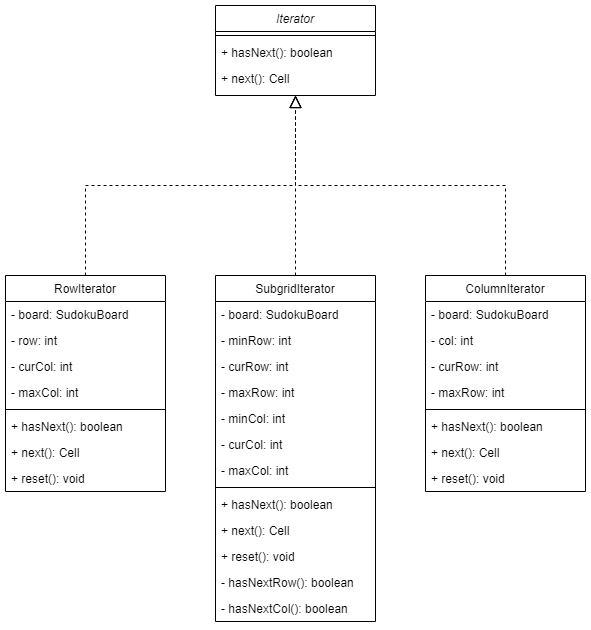
This is data/Iterator-UML.png from BrendanD7/Sudoku-DesignPatterns, a draw.io export, as it was before one commit. Source tidied: cells renumbered, new cells last; positions are measured from the earlier drawing's top-left corner, leaving out a move shared by most shapes. Source of this version:
```xml
<mxGraphModel>
  <root>
    <mxCell id="0" />
    <mxCell id="1" parent="0" />
    <mxCell id="2" value="Iterator" style="swimlane;fontStyle=2;align=center;verticalAlign=top;horizontal=1;startSize=26;rounded=0;shadow=0;strokeWidth=1;" parent="1" vertex="1">
      <mxGeometry x="210" width="160" height="90" as="geometry" />
    </mxCell>
    <mxCell id="3" style="line;html=1;strokeWidth=1;align=left;verticalAlign=middle;spacingTop=-1;spacingLeft=3;spacingRight=3;labelPosition=right;" parent="2" vertex="1">
      <mxGeometry y="26" width="160" height="8" as="geometry" />
    </mxCell>
    <mxCell id="4" value="+ hasNext(): boolean" style="text;align=left;verticalAlign=top;spacingLeft=4;spacingRight=4;overflow=hidden;" parent="2" vertex="1">
      <mxGeometry y="34" width="160" height="26" as="geometry" />
    </mxCell>
    <mxCell id="5" value="+ next(): Cell" style="text;align=left;verticalAlign=top;spacingLeft=4;spacingRight=4;overflow=hidden;" parent="2" vertex="1">
      <mxGeometry y="60" width="160" height="26" as="geometry" />
    </mxCell>
    <mxCell id="6" style="edgeStyle=elbowEdgeStyle;rounded=0;jettySize=auto;elbow=vertical;html=1;dashed=1;endArrow=block;endFill=0;endSize=10;" parent="1" edge="1" source="7" target="2">
      <mxGeometry relative="1" as="geometry" />
    </mxCell>
    <mxCell id="7" value="RowIterator" style="swimlane;fontStyle=0;align=center;verticalAlign=top;horizontal=1;startSize=26;rounded=0;shadow=0;strokeWidth=1;" parent="1" vertex="1">
      <mxGeometry y="270" width="160" height="216" as="geometry" />
    </mxCell>
    <mxCell id="8" value="- board: SudokuBoard" style="text;align=left;verticalAlign=top;spacingLeft=4;spacingRight=4;overflow=hidden;" parent="7" vertex="1">
      <mxGeometry y="26" width="160" height="26" as="geometry" />
    </mxCell>
    <mxCell id="9" value="- row: int" style="text;align=left;verticalAlign=top;spacingLeft=4;spacingRight=4;overflow=hidden;rounded=0;shadow=0;html=0;" parent="7" vertex="1">
      <mxGeometry y="52" width="160" height="26" as="geometry" />
    </mxCell>
    <mxCell id="10" value="- curCol: int" style="text;align=left;verticalAlign=top;spacingLeft=4;spacingRight=4;overflow=hidden;rounded=0;shadow=0;html=0;" parent="7" vertex="1">
      <mxGeometry y="78" width="160" height="26" as="geometry" />
    </mxCell>
    <mxCell id="11" value="- maxCol: int" style="text;align=left;verticalAlign=top;spacingLeft=4;spacingRight=4;overflow=hidden;rounded=0;shadow=0;html=0;" parent="7" vertex="1">
      <mxGeometry y="104" width="160" height="26" as="geometry" />
    </mxCell>
    <mxCell id="12" style="line;html=1;strokeWidth=1;align=left;verticalAlign=middle;spacingTop=-1;spacingLeft=3;spacingRight=3;labelPosition=right;" parent="7" vertex="1">
      <mxGeometry y="130" width="160" height="8" as="geometry" />
    </mxCell>
    <mxCell id="13" value="+ hasNext(): boolean" style="text;align=left;verticalAlign=top;spacingLeft=4;spacingRight=4;overflow=hidden;fontStyle=0;" parent="7" vertex="1">
      <mxGeometry y="138" width="160" height="26" as="geometry" />
    </mxCell>
    <mxCell id="14" value="+ next(): Cell" style="text;align=left;verticalAlign=top;spacingLeft=4;spacingRight=4;overflow=hidden;" parent="7" vertex="1">
      <mxGeometry y="164" width="160" height="26" as="geometry" />
    </mxCell>
    <mxCell id="15" value="+ reset(): void" style="text;align=left;verticalAlign=top;spacingLeft=4;spacingRight=4;overflow=hidden;" parent="7" vertex="1">
      <mxGeometry y="190" width="160" height="26" as="geometry" />
    </mxCell>
    <mxCell id="16" style="edgeStyle=elbowEdgeStyle;rounded=0;jettySize=auto;elbow=vertical;html=1;dashed=1;endArrow=block;endFill=0;endSize=10;" parent="1" edge="1" source="17" target="2">
      <mxGeometry relative="1" as="geometry" />
    </mxCell>
    <mxCell id="17" value="ColumnIterator" style="swimlane;fontStyle=0;align=center;verticalAlign=top;horizontal=1;startSize=26;rounded=0;shadow=0;strokeWidth=1;" parent="1" vertex="1">
      <mxGeometry x="420" y="270" width="160" height="216" as="geometry" />
    </mxCell>
    <mxCell id="18" value="- board: SudokuBoard" style="text;align=left;verticalAlign=top;spacingLeft=4;spacingRight=4;overflow=hidden;" parent="17" vertex="1">
      <mxGeometry y="26" width="160" height="26" as="geometry" />
    </mxCell>
    <mxCell id="19" value="- col: int" style="text;align=left;verticalAlign=top;spacingLeft=4;spacingRight=4;overflow=hidden;rounded=0;shadow=0;html=0;" parent="17" vertex="1">
      <mxGeometry y="52" width="160" height="26" as="geometry" />
    </mxCell>
    <mxCell id="20" value="- curRow: int" style="text;align=left;verticalAlign=top;spacingLeft=4;spacingRight=4;overflow=hidden;rounded=0;shadow=0;html=0;" parent="17" vertex="1">
      <mxGeometry y="78" width="160" height="26" as="geometry" />
    </mxCell>
    <mxCell id="21" value="- maxRow: int" style="text;align=left;verticalAlign=top;spacingLeft=4;spacingRight=4;overflow=hidden;rounded=0;shadow=0;html=0;" parent="17" vertex="1">
      <mxGeometry y="104" width="160" height="26" as="geometry" />
    </mxCell>
    <mxCell id="22" style="line;html=1;strokeWidth=1;align=left;verticalAlign=middle;spacingTop=-1;spacingLeft=3;spacingRight=3;labelPosition=right;" parent="17" vertex="1">
      <mxGeometry y="130" width="160" height="8" as="geometry" />
    </mxCell>
    <mxCell id="23" value="+ hasNext(): boolean" style="text;align=left;verticalAlign=top;spacingLeft=4;spacingRight=4;overflow=hidden;fontStyle=0;" parent="17" vertex="1">
      <mxGeometry y="138" width="160" height="26" as="geometry" />
    </mxCell>
    <mxCell id="24" value="+ next(): Cell" style="text;align=left;verticalAlign=top;spacingLeft=4;spacingRight=4;overflow=hidden;" parent="17" vertex="1">
      <mxGeometry y="164" width="160" height="26" as="geometry" />
    </mxCell>
    <mxCell id="25" value="+ reset(): void" style="text;align=left;verticalAlign=top;spacingLeft=4;spacingRight=4;overflow=hidden;" parent="17" vertex="1">
      <mxGeometry y="190" width="160" height="26" as="geometry" />
    </mxCell>
    <mxCell id="26" style="edgeStyle=elbowEdgeStyle;rounded=0;jettySize=auto;elbow=vertical;html=1;dashed=1;endArrow=block;endFill=0;endSize=10;" parent="1" edge="1" source="27" target="2">
      <mxGeometry relative="1" as="geometry" />
    </mxCell>
    <mxCell id="27" value="SubgridIterator" style="swimlane;fontStyle=0;align=center;verticalAlign=top;horizontal=1;startSize=26;rounded=0;shadow=0;strokeWidth=1;" parent="1" vertex="1">
      <mxGeometry x="210" y="270" width="160" height="346" as="geometry" />
    </mxCell>
    <mxCell id="28" value="- board: SudokuBoard" style="text;align=left;verticalAlign=top;spacingLeft=4;spacingRight=4;overflow=hidden;" parent="27" vertex="1">
      <mxGeometry y="26" width="160" height="26" as="geometry" />
    </mxCell>
    <mxCell id="29" value="- minRow: int" style="text;align=left;verticalAlign=top;spacingLeft=4;spacingRight=4;overflow=hidden;rounded=0;shadow=0;html=0;" parent="27" vertex="1">
      <mxGeometry y="52" width="160" height="26" as="geometry" />
    </mxCell>
    <mxCell id="30" value="- curRow: int" style="text;align=left;verticalAlign=top;spacingLeft=4;spacingRight=4;overflow=hidden;rounded=0;shadow=0;html=0;" parent="27" vertex="1">
      <mxGeometry y="78" width="160" height="26" as="geometry" />
    </mxCell>
    <mxCell id="31" value="- maxRow: int" style="text;align=left;verticalAlign=top;spacingLeft=4;spacingRight=4;overflow=hidden;rounded=0;shadow=0;html=0;" parent="27" vertex="1">
      <mxGeometry y="104" width="160" height="26" as="geometry" />
    </mxCell>
    <mxCell id="32" value="- minCol: int" style="text;align=left;verticalAlign=top;spacingLeft=4;spacingRight=4;overflow=hidden;" parent="27" vertex="1">
      <mxGeometry y="130" width="160" height="26" as="geometry" />
    </mxCell>
    <mxCell id="33" value="- curCol: int" style="text;align=left;verticalAlign=top;spacingLeft=4;spacingRight=4;overflow=hidden;" parent="27" vertex="1">
      <mxGeometry y="156" width="160" height="26" as="geometry" />
    </mxCell>
    <mxCell id="34" value="- maxCol: int" style="text;align=left;verticalAlign=top;spacingLeft=4;spacingRight=4;overflow=hidden;" parent="27" vertex="1">
      <mxGeometry y="182" width="160" height="26" as="geometry" />
    </mxCell>
    <mxCell id="35" style="line;html=1;strokeWidth=1;align=left;verticalAlign=middle;spacingTop=-1;spacingLeft=3;spacingRight=3;labelPosition=right;" parent="27" vertex="1">
      <mxGeometry y="208" width="160" height="8" as="geometry" />
    </mxCell>
    <mxCell id="36" value="+ hasNext(): boolean" style="text;align=left;verticalAlign=top;spacingLeft=4;spacingRight=4;overflow=hidden;fontStyle=0;" parent="27" vertex="1">
      <mxGeometry y="216" width="160" height="26" as="geometry" />
    </mxCell>
    <mxCell id="37" value="+ next(): Cell" style="text;align=left;verticalAlign=top;spacingLeft=4;spacingRight=4;overflow=hidden;" parent="27" vertex="1">
      <mxGeometry y="242" width="160" height="26" as="geometry" />
    </mxCell>
    <mxCell id="38" value="+ reset(): void" style="text;align=left;verticalAlign=top;spacingLeft=4;spacingRight=4;overflow=hidden;" parent="27" vertex="1">
      <mxGeometry y="268" width="160" height="26" as="geometry" />
    </mxCell>
    <mxCell id="39" value="- hasNextRow(): boolean" style="text;align=left;verticalAlign=top;spacingLeft=4;spacingRight=4;overflow=hidden;" parent="27" vertex="1">
      <mxGeometry y="294" width="160" height="26" as="geometry" />
    </mxCell>
    <mxCell id="40" value="- hasNextCol(): boolean" style="text;align=left;verticalAlign=top;spacingLeft=4;spacingRight=4;overflow=hidden;" parent="27" vertex="1">
      <mxGeometry y="320" width="160" height="26" as="geometry" />
    </mxCell>
  </root>
</mxGraphModel>
```
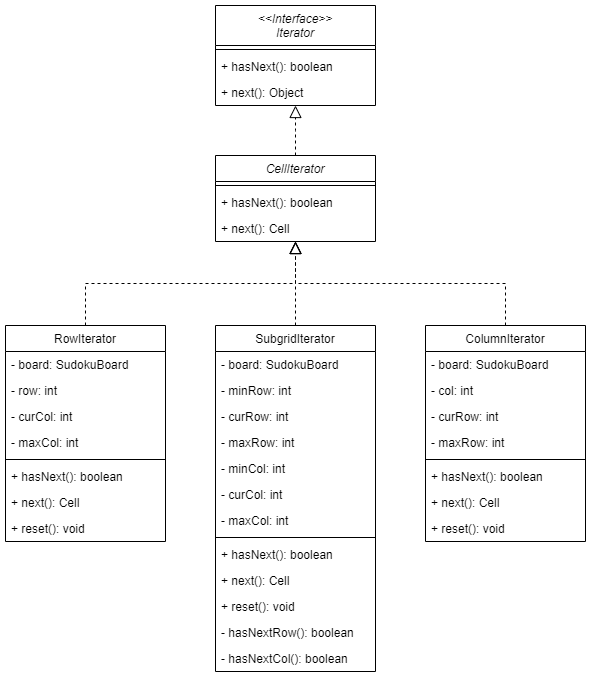
After the change.

Commit message:
add CellIterator abstract class to combine iterator logic

What changed in the source:
```diff
@@ -2,21 +2,21 @@
   <root>
     <mxCell id="0" />
     <mxCell id="1" parent="0" />
-    <mxCell id="2" value="Iterator" style="swimlane;fontStyle=2;align=center;verticalAlign=top;horizontal=1;startSize=26;rounded=0;shadow=0;strokeWidth=1;" parent="1" vertex="1">
-      <mxGeometry x="210" width="160" height="90" as="geometry" />
+    <mxCell id="2" value="&lt;&lt;Interface&gt;&gt;&#10;Iterator" style="swimlane;fontStyle=2;align=center;verticalAlign=top;horizontal=1;startSize=40;rounded=0;shadow=0;strokeWidth=1;" parent="1" vertex="1">
+      <mxGeometry x="210" y="-50" width="160" height="100" as="geometry" />
     </mxCell>
     <mxCell id="3" style="line;html=1;strokeWidth=1;align=left;verticalAlign=middle;spacingTop=-1;spacingLeft=3;spacingRight=3;labelPosition=right;" parent="2" vertex="1">
-      <mxGeometry y="26" width="160" height="8" as="geometry" />
+      <mxGeometry y="40" width="160" height="8" as="geometry" />
     </mxCell>
     <mxCell id="4" value="+ hasNext(): boolean" style="text;align=left;verticalAlign=top;spacingLeft=4;spacingRight=4;overflow=hidden;" parent="2" vertex="1">
-      <mxGeometry y="34" width="160" height="26" as="geometry" />
+      <mxGeometry y="48" width="160" height="26" as="geometry" />
     </mxCell>
-    <mxCell id="5" value="+ next(): Cell" style="text;align=left;verticalAlign=top;spacingLeft=4;spacingRight=4;overflow=hidden;" parent="2" vertex="1">
-      <mxGeometry y="60" width="160" height="26" as="geometry" />
+    <mxCell id="5" value="+ next(): Object" style="text;align=left;verticalAlign=top;spacingLeft=4;spacingRight=4;overflow=hidden;" parent="2" vertex="1">
+      <mxGeometry y="74" width="160" height="26" as="geometry" />
     </mxCell>
-    <mxCell id="6" style="edgeStyle=elbowEdgeStyle;rounded=0;jettySize=auto;elbow=vertical;html=1;dashed=1;endArrow=block;endFill=0;endSize=10;" parent="1" edge="1" source="7" target="2">
-      <mxGeometry relative="1" as="geometry" />
-    </mxCell>
+    <mxCell id="41" style="edgeStyle=elbowEdgeStyle;rounded=0;jettySize=auto;elbow=vertical;html=1;dashed=1;endArrow=block;endFill=0;endSize=10;" parent="1" edge="1" source="7" target="45">
+      <mxGeometry relative="1" as="geometry" />
+    </mxCell>
     <mxCell id="7" value="RowIterator" style="swimlane;fontStyle=0;align=center;verticalAlign=top;horizontal=1;startSize=26;rounded=0;shadow=0;strokeWidth=1;" parent="1" vertex="1">
       <mxGeometry y="270" width="160" height="216" as="geometry" />
     </mxCell>
@@ -44,9 +44,9 @@
     <mxCell id="15" value="+ reset(): void" style="text;align=left;verticalAlign=top;spacingLeft=4;spacingRight=4;overflow=hidden;" parent="7" vertex="1">
       <mxGeometry y="190" width="160" height="26" as="geometry" />
     </mxCell>
-    <mxCell id="16" style="edgeStyle=elbowEdgeStyle;rounded=0;jettySize=auto;elbow=vertical;html=1;dashed=1;endArrow=block;endFill=0;endSize=10;" parent="1" edge="1" source="17" target="2">
-      <mxGeometry relative="1" as="geometry" />
-    </mxCell>
+    <mxCell id="42" style="edgeStyle=elbowEdgeStyle;rounded=0;jettySize=auto;elbow=vertical;html=1;dashed=1;endArrow=block;endFill=0;endSize=10;" parent="1" edge="1" source="17" target="45">
+      <mxGeometry relative="1" as="geometry" />
+    </mxCell>
     <mxCell id="17" value="ColumnIterator" style="swimlane;fontStyle=0;align=center;verticalAlign=top;horizontal=1;startSize=26;rounded=0;shadow=0;strokeWidth=1;" parent="1" vertex="1">
       <mxGeometry x="420" y="270" width="160" height="216" as="geometry" />
     </mxCell>
@@ -74,9 +74,9 @@
     <mxCell id="25" value="+ reset(): void" style="text;align=left;verticalAlign=top;spacingLeft=4;spacingRight=4;overflow=hidden;" parent="17" vertex="1">
       <mxGeometry y="190" width="160" height="26" as="geometry" />
     </mxCell>
-    <mxCell id="26" style="edgeStyle=elbowEdgeStyle;rounded=0;jettySize=auto;elbow=vertical;html=1;dashed=1;endArrow=block;endFill=0;endSize=10;" parent="1" edge="1" source="27" target="2">
-      <mxGeometry relative="1" as="geometry" />
-    </mxCell>
+    <mxCell id="43" style="edgeStyle=elbowEdgeStyle;rounded=0;jettySize=auto;elbow=vertical;html=1;dashed=1;endArrow=block;endFill=0;endSize=10;" parent="1" edge="1" source="27" target="45">
+      <mxGeometry relative="1" as="geometry" />
+    </mxCell>
     <mxCell id="27" value="SubgridIterator" style="swimlane;fontStyle=0;align=center;verticalAlign=top;horizontal=1;startSize=26;rounded=0;shadow=0;strokeWidth=1;" parent="1" vertex="1">
       <mxGeometry x="210" y="270" width="160" height="346" as="geometry" />
     </mxCell>
@@ -119,5 +119,20 @@
     <mxCell id="40" value="- hasNextCol(): boolean" style="text;align=left;verticalAlign=top;spacingLeft=4;spacingRight=4;overflow=hidden;" parent="27" vertex="1">
       <mxGeometry y="320" width="160" height="26" as="geometry" />
     </mxCell>
+    <mxCell id="44" style="edgeStyle=elbowEdgeStyle;rounded=0;jettySize=auto;elbow=vertical;html=1;dashed=1;endArrow=block;endFill=0;endSize=10;" parent="1" edge="1" source="45" target="2">
+      <mxGeometry relative="1" as="geometry" />
+    </mxCell>
+    <mxCell id="45" value="CellIterator" style="swimlane;fontStyle=2;align=center;verticalAlign=top;horizontal=1;startSize=26;" parent="1" vertex="1">
+      <mxGeometry x="210" y="100" width="160" height="86" as="geometry" />
+    </mxCell>
+    <mxCell id="46" style="line;strokeWidth=1;fillColor=none;align=left;verticalAlign=middle;spacingTop=-1;spacingLeft=3;spacingRight=3;labelPosition=right;strokeColor=inherit;" parent="45" vertex="1">
+      <mxGeometry y="26" width="160" height="8" as="geometry" />
+    </mxCell>
+    <mxCell id="47" value="+ hasNext(): boolean" style="text;strokeColor=none;fillColor=none;align=left;verticalAlign=top;spacingLeft=4;spacingRight=4;overflow=hidden;" parent="45" vertex="1">
+      <mxGeometry y="34" width="160" height="26" as="geometry" />
+    </mxCell>
+    <mxCell id="48" value="+ next(): Cell" style="text;strokeColor=none;fillColor=none;align=left;verticalAlign=top;spacingLeft=4;spacingRight=4;overflow=hidden;" parent="45" vertex="1">
+      <mxGeometry y="60" width="160" height="26" as="geometry" />
+    </mxCell>
   </root>
 </mxGraphModel>
```
